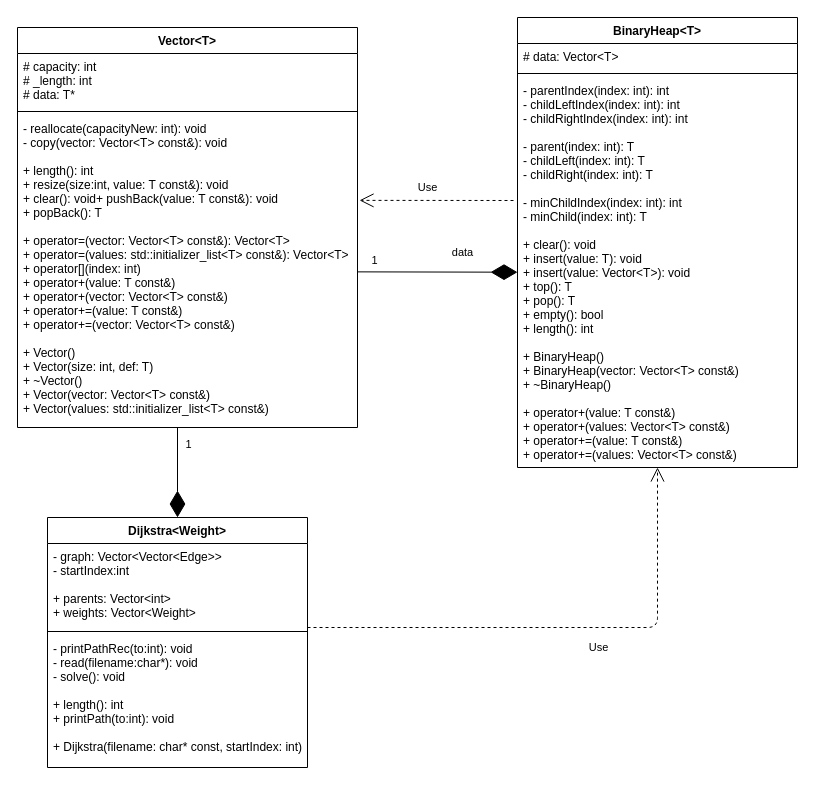
Above: handin/UML.drawio in asztrikx/bme-heap-cplusplus (draw.io), before the change. Source tidied: cells renumbered, new cells numbered last; positions are measured from the earlier drawing's top-left corner, leaving out a move shared by most shapes. Both pictures are drawn from the tidied source at 100%, with x=0, y=0 at pixel (17, 17).
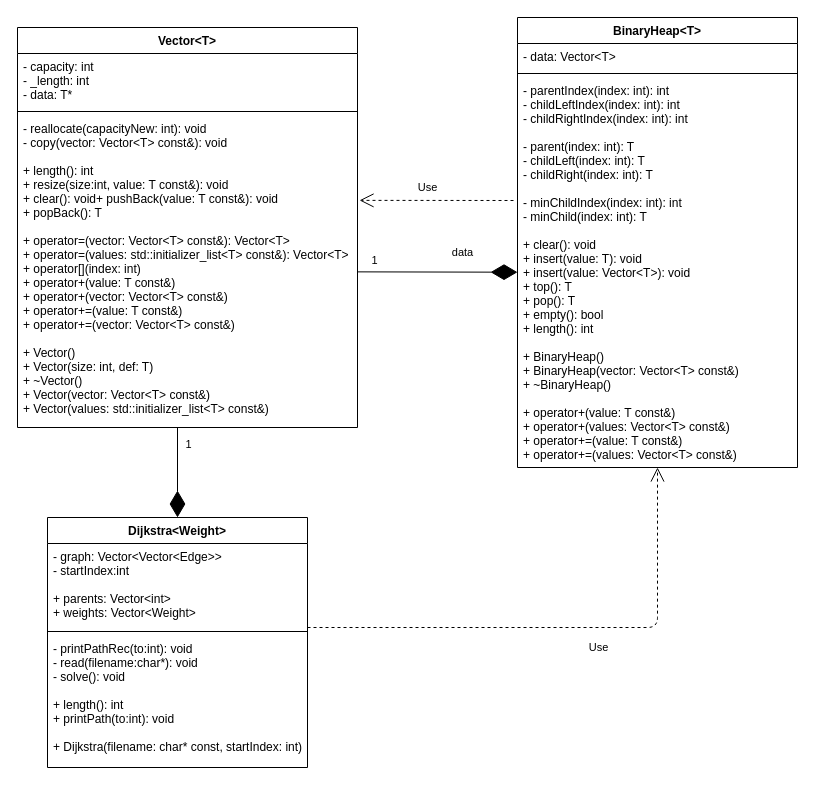
The same page after the edit.

Commit message (it also covers changes not shown here):
removed protected, added comments

Unchanged cells that the change refers to:
```xml
<mxCell id="2" value="Vector&lt;T&gt;" style="swimlane;fontStyle=1;align=center;verticalAlign=top;horizontal=1;startSize=26;" parent="1" vertex="1">
  <mxGeometry y="10" width="340" height="400" as="geometry" />
</mxCell>
<mxCell id="6" value="BinaryHeap&lt;T&gt;" style="swimlane;fontStyle=1;align=center;verticalAlign=top;horizontal=1;startSize=26;" parent="1" vertex="1">
  <mxGeometry x="500" width="280" height="450" as="geometry" />
</mxCell>
```

Diff of the diagram source:
```diff
@@
-    <mxCell id="3" value="# capacity: int&#10;# _length: int&#10;# data: T*&#10;" style="text;strokeColor=none;fillColor=none;align=left;verticalAlign=top;spacingLeft=4;spacingRight=4;overflow=hidden;" parent="2" vertex="1">
+    <mxCell id="3" value="- capacity: int&#10;- _length: int&#10;- data: T*&#10;" style="text;strokeColor=none;fillColor=none;align=left;verticalAlign=top;spacingLeft=4;spacingRight=4;overflow=hidden;" parent="2" vertex="1">
       <mxGeometry y="26" width="340" height="54" as="geometry" />
     </mxCell>
@@
-    <mxCell id="7" value="# data: Vector&lt;T&gt;" style="text;strokeColor=none;fillColor=none;align=left;verticalAlign=top;spacingLeft=4;spacingRight=4;overflow=hidden;" parent="6" vertex="1">
+    <mxCell id="7" value="- data: Vector&lt;T&gt;" style="text;strokeColor=none;fillColor=none;align=left;verticalAlign=top;spacingLeft=4;spacingRight=4;overflow=hidden;" parent="6" vertex="1">
       <mxGeometry y="26" width="280" height="26" as="geometry" />
     </mxCell>
```
